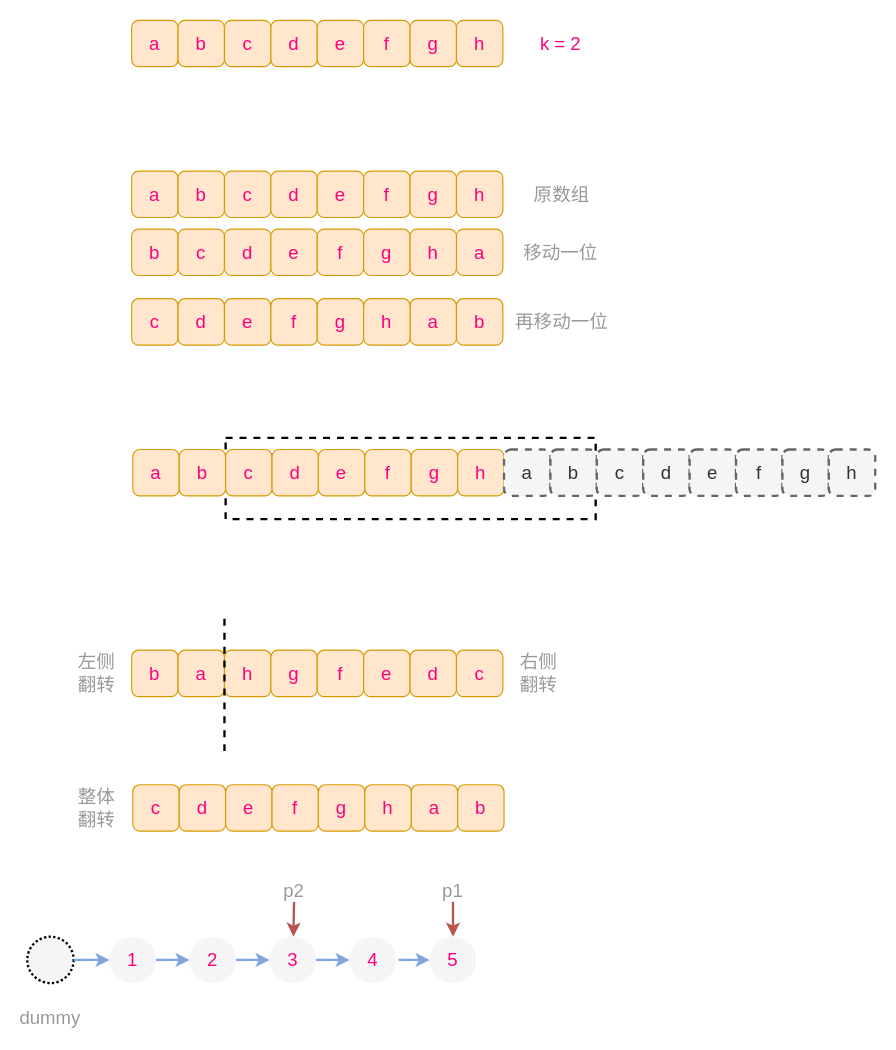
Before: source/_posts/drawio/rotate-seq.drawio in azl397985856/blog, a draw.io diagram. Source tidied: cells renumbered, new cells numbered last; positions are measured from the earlier drawing's top-left corner, leaving out a move shared by most shapes. Both pictures are drawn from the tidied source at 116%, with x=0, y=0 at pixel (27, 20).
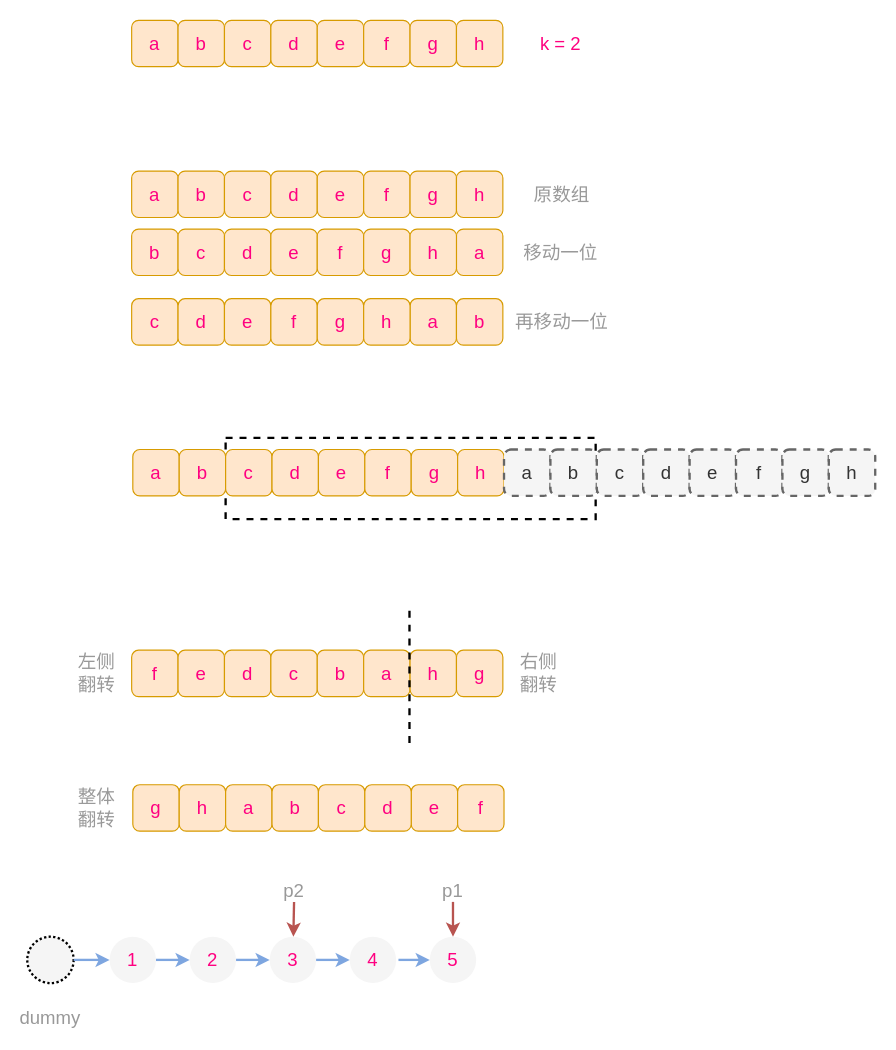
After the change.

What changed in the source:
```diff
@@
-    <mxCell id="55" value="b" style="rounded=1;whiteSpace=wrap;html=1;fillColor=#ffe6cc;strokeColor=#d79b00;fontSize=16;fontColor=#FF0080;" parent="1" vertex="1">
+    <mxCell id="55" value="f" style="rounded=1;whiteSpace=wrap;html=1;fillColor=#ffe6cc;strokeColor=#d79b00;fontSize=16;fontColor=#FF0080;" parent="1" vertex="1">
       <mxGeometry x="90" y="543" width="40" height="40" as="geometry" />
     </mxCell>
-    <mxCell id="56" value="a" style="rounded=1;whiteSpace=wrap;html=1;fillColor=#ffe6cc;strokeColor=#d79b00;fontSize=16;fontColor=#FF0080;" parent="1" vertex="1">
+    <mxCell id="56" value="e" style="rounded=1;whiteSpace=wrap;html=1;fillColor=#ffe6cc;strokeColor=#d79b00;fontSize=16;fontColor=#FF0080;" parent="1" vertex="1">
       <mxGeometry x="130" y="543" width="40" height="40" as="geometry" />
     </mxCell>
-    <mxCell id="57" value="h" style="rounded=1;whiteSpace=wrap;html=1;fillColor=#ffe6cc;strokeColor=#d79b00;fontSize=16;fontColor=#FF0080;" parent="1" vertex="1">
+    <mxCell id="57" value="d" style="rounded=1;whiteSpace=wrap;html=1;fillColor=#ffe6cc;strokeColor=#d79b00;fontSize=16;fontColor=#FF0080;" parent="1" vertex="1">
       <mxGeometry x="170" y="543" width="40" height="40" as="geometry" />
     </mxCell>
-    <mxCell id="58" value="g" style="rounded=1;whiteSpace=wrap;html=1;fillColor=#ffe6cc;strokeColor=#d79b00;fontSize=16;fontColor=#FF0080;" parent="1" vertex="1">
+    <mxCell id="58" value="c" style="rounded=1;whiteSpace=wrap;html=1;fillColor=#ffe6cc;strokeColor=#d79b00;fontSize=16;fontColor=#FF0080;" parent="1" vertex="1">
       <mxGeometry x="210" y="543" width="40" height="40" as="geometry" />
     </mxCell>
-    <mxCell id="59" value="f" style="rounded=1;whiteSpace=wrap;html=1;fillColor=#ffe6cc;strokeColor=#d79b00;fontSize=16;fontColor=#FF0080;" parent="1" vertex="1">
+    <mxCell id="59" value="b" style="rounded=1;whiteSpace=wrap;html=1;fillColor=#ffe6cc;strokeColor=#d79b00;fontSize=16;fontColor=#FF0080;" parent="1" vertex="1">
       <mxGeometry x="250" y="543" width="40" height="40" as="geometry" />
     </mxCell>
-    <mxCell id="60" value="e" style="rounded=1;whiteSpace=wrap;html=1;fillColor=#ffe6cc;strokeColor=#d79b00;fontSize=16;fontColor=#FF0080;" parent="1" vertex="1">
+    <mxCell id="60" value="a" style="rounded=1;whiteSpace=wrap;html=1;fillColor=#ffe6cc;strokeColor=#d79b00;fontSize=16;fontColor=#FF0080;" parent="1" vertex="1">
       <mxGeometry x="290" y="543" width="40" height="40" as="geometry" />
     </mxCell>
-    <mxCell id="61" value="d" style="rounded=1;whiteSpace=wrap;html=1;fillColor=#ffe6cc;strokeColor=#d79b00;fontSize=16;fontColor=#FF0080;" parent="1" vertex="1">
+    <mxCell id="61" value="h" style="rounded=1;whiteSpace=wrap;html=1;fillColor=#ffe6cc;strokeColor=#d79b00;fontSize=16;fontColor=#FF0080;" parent="1" vertex="1">
       <mxGeometry x="330" y="543" width="40" height="40" as="geometry" />
     </mxCell>
-    <mxCell id="62" value="c" style="rounded=1;whiteSpace=wrap;html=1;fillColor=#ffe6cc;strokeColor=#d79b00;fontSize=16;fontColor=#FF0080;" parent="1" vertex="1">
+    <mxCell id="62" value="g" style="rounded=1;whiteSpace=wrap;html=1;fillColor=#ffe6cc;strokeColor=#d79b00;fontSize=16;fontColor=#FF0080;" parent="1" vertex="1">
       <mxGeometry x="370" y="543" width="40" height="40" as="geometry" />
     </mxCell>
     <mxCell id="63" style="endArrow=none;html=1;fontSize=16;fontColor=#999999;strokeWidth=2;dashed=1;" parent="1" edge="1">
       <mxGeometry relative="1" as="geometry">
-        <mxPoint x="170" y="630" as="sourcePoint" />
-        <mxPoint x="170" y="510" as="targetPoint" />
+        <mxPoint x="329.5" y="623" as="sourcePoint" />
+        <mxPoint x="329.5" y="503" as="targetPoint" />
       </mxGeometry>
     </mxCell>
@@
-    <mxCell id="67" value="a" style="rounded=1;whiteSpace=wrap;html=1;fillColor=#ffe6cc;strokeColor=#d79b00;fontSize=16;fontColor=#FF0080;" parent="1" vertex="1">
+    <mxCell id="67" value="e" style="rounded=1;whiteSpace=wrap;html=1;fillColor=#ffe6cc;strokeColor=#d79b00;fontSize=16;fontColor=#FF0080;" parent="1" vertex="1">
       <mxGeometry x="331" y="659" width="40" height="40" as="geometry" />
     </mxCell>
-    <mxCell id="68" value="b" style="rounded=1;whiteSpace=wrap;html=1;fillColor=#ffe6cc;strokeColor=#d79b00;fontSize=16;fontColor=#FF0080;" parent="1" vertex="1">
+    <mxCell id="68" value="f" style="rounded=1;whiteSpace=wrap;html=1;fillColor=#ffe6cc;strokeColor=#d79b00;fontSize=16;fontColor=#FF0080;" parent="1" vertex="1">
       <mxGeometry x="371" y="659" width="40" height="40" as="geometry" />
     </mxCell>
-    <mxCell id="69" value="c" style="rounded=1;whiteSpace=wrap;html=1;fillColor=#ffe6cc;strokeColor=#d79b00;fontSize=16;fontColor=#FF0080;" parent="1" vertex="1">
+    <mxCell id="69" value="g" style="rounded=1;whiteSpace=wrap;html=1;fillColor=#ffe6cc;strokeColor=#d79b00;fontSize=16;fontColor=#FF0080;" parent="1" vertex="1">
       <mxGeometry x="91" y="659" width="40" height="40" as="geometry" />
     </mxCell>
-    <mxCell id="70" value="d" style="rounded=1;whiteSpace=wrap;html=1;fillColor=#ffe6cc;strokeColor=#d79b00;fontSize=16;fontColor=#FF0080;" parent="1" vertex="1">
+    <mxCell id="70" value="h" style="rounded=1;whiteSpace=wrap;html=1;fillColor=#ffe6cc;strokeColor=#d79b00;fontSize=16;fontColor=#FF0080;" parent="1" vertex="1">
       <mxGeometry x="131" y="659" width="40" height="40" as="geometry" />
     </mxCell>
-    <mxCell id="71" value="e" style="rounded=1;whiteSpace=wrap;html=1;fillColor=#ffe6cc;strokeColor=#d79b00;fontSize=16;fontColor=#FF0080;" parent="1" vertex="1">
+    <mxCell id="71" value="a" style="rounded=1;whiteSpace=wrap;html=1;fillColor=#ffe6cc;strokeColor=#d79b00;fontSize=16;fontColor=#FF0080;" parent="1" vertex="1">
       <mxGeometry x="171" y="659" width="40" height="40" as="geometry" />
     </mxCell>
-    <mxCell id="72" value="f" style="rounded=1;whiteSpace=wrap;html=1;fillColor=#ffe6cc;strokeColor=#d79b00;fontSize=16;fontColor=#FF0080;" parent="1" vertex="1">
+    <mxCell id="72" value="b" style="rounded=1;whiteSpace=wrap;html=1;fillColor=#ffe6cc;strokeColor=#d79b00;fontSize=16;fontColor=#FF0080;" parent="1" vertex="1">
       <mxGeometry x="211" y="659" width="40" height="40" as="geometry" />
     </mxCell>
-    <mxCell id="73" value="g" style="rounded=1;whiteSpace=wrap;html=1;fillColor=#ffe6cc;strokeColor=#d79b00;fontSize=16;fontColor=#FF0080;" parent="1" vertex="1">
+    <mxCell id="73" value="c" style="rounded=1;whiteSpace=wrap;html=1;fillColor=#ffe6cc;strokeColor=#d79b00;fontSize=16;fontColor=#FF0080;" parent="1" vertex="1">
       <mxGeometry x="251" y="659" width="40" height="40" as="geometry" />
     </mxCell>
-    <mxCell id="74" value="h" style="rounded=1;whiteSpace=wrap;html=1;fillColor=#ffe6cc;strokeColor=#d79b00;fontSize=16;fontColor=#FF0080;" parent="1" vertex="1">
+    <mxCell id="74" value="d" style="rounded=1;whiteSpace=wrap;html=1;fillColor=#ffe6cc;strokeColor=#d79b00;fontSize=16;fontColor=#FF0080;" parent="1" vertex="1">
       <mxGeometry x="291" y="659" width="40" height="40" as="geometry" />
     </mxCell>
```
